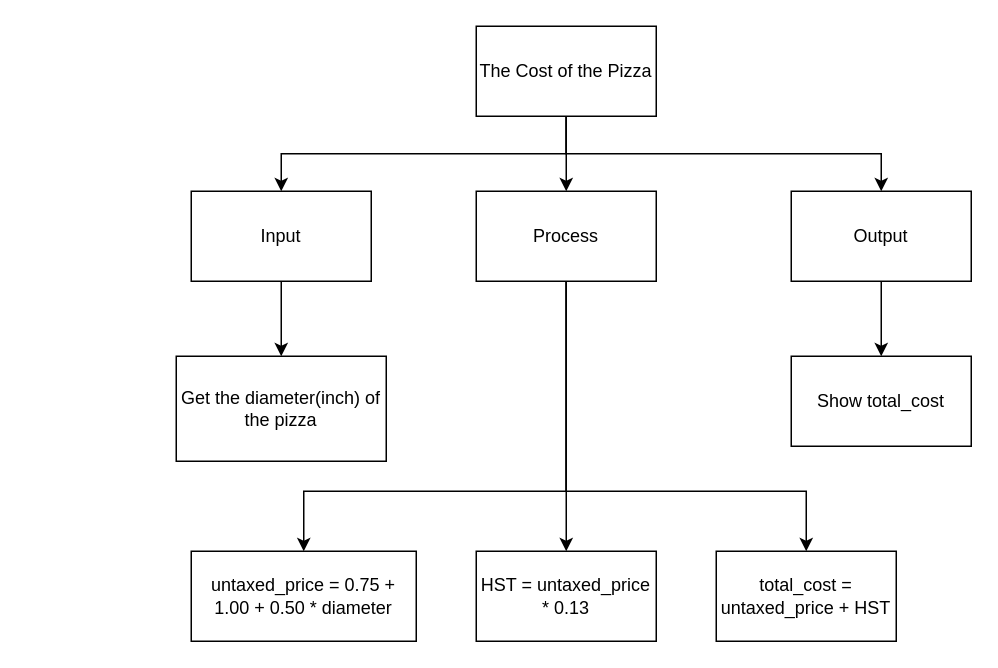
Above: design.top-down.drawio in Yiyun-Qin/ICS3U-Unit3-01-Python (draw.io), before the change. Source tidied: cells renumbered, new cells numbered last; positions are measured from the earlier drawing's top-left corner, leaving out a move shared by most shapes. Both pictures are drawn from the tidied source at 150%, with x=0, y=0 at pixel (176, 26).
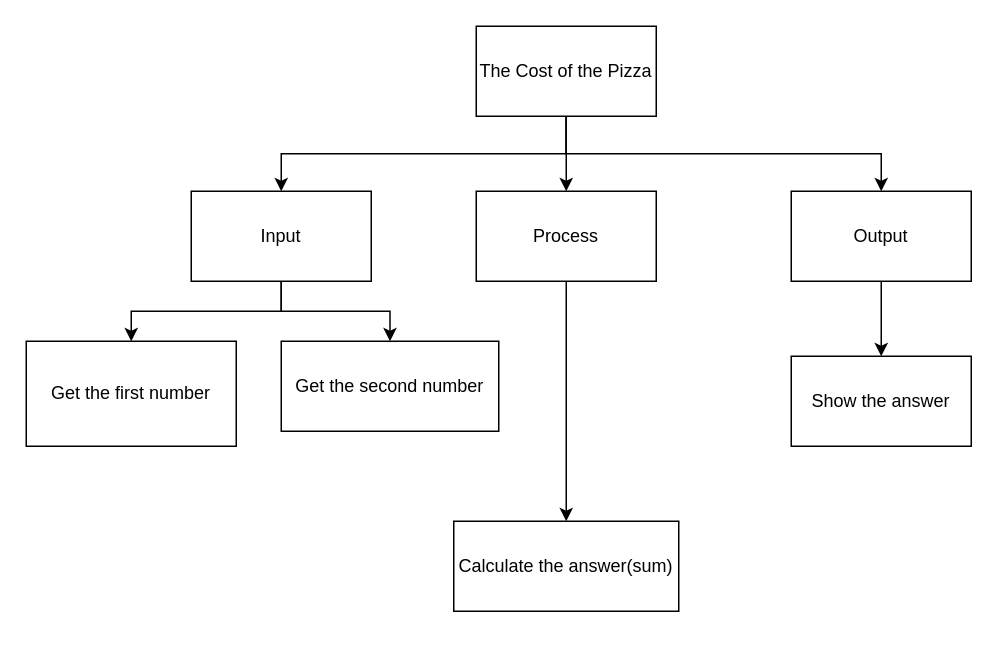
The same diagram, later.

Commit message (it also covers changes not shown here):
topdown, flowchart, pseudocode

Unchanged cells that the change refers to:
```xml
<mxCell id="7" value="Input" style="rounded=0;whiteSpace=wrap;html=1;" parent="1" vertex="1">
  <mxGeometry x="10" y="110" width="120" height="60" as="geometry" />
</mxCell>
<mxCell id="11" value="Process" style="rounded=0;whiteSpace=wrap;html=1;" parent="1" vertex="1">
  <mxGeometry x="200" y="110" width="120" height="60" as="geometry" />
</mxCell>
```

What changed in the source:
```diff
@@
+    <mxCell id="19" style="edgeStyle=orthogonalEdgeStyle;html=1;exitX=0.5;exitY=1;exitDx=0;exitDy=0;entryX=0.5;entryY=0;entryDx=0;entryDy=0;rounded=0;" parent="1" edge="1" source="7" target="20">
+      <mxGeometry relative="1" as="geometry" />
+    </mxCell>
@@
-    <mxCell id="9" style="edgeStyle=orthogonalEdgeStyle;rounded=0;html=1;exitX=0.5;exitY=1;exitDx=0;exitDy=0;entryX=0.5;entryY=0;entryDx=0;entryDy=0;" parent="1" edge="1" source="11" target="15">
-      <mxGeometry relative="1" as="geometry">
-        <Array as="points">
-          <mxPoint x="260" y="310" />
-          <mxPoint x="85" y="310" />
-        </Array>
-      </mxGeometry>
-    </mxCell>
-    <mxCell id="10" style="edgeStyle=orthogonalEdgeStyle;rounded=0;html=1;exitX=0.5;exitY=1;exitDx=0;exitDy=0;entryX=0.5;entryY=0;entryDx=0;entryDy=0;" parent="1" edge="1" source="11" target="17">
-      <mxGeometry relative="1" as="geometry">
-        <Array as="points">
-          <mxPoint x="260" y="310" />
-          <mxPoint x="420" y="310" />
-        </Array>
-      </mxGeometry>
-    </mxCell>
@@
-    <mxCell id="14" value="Get the diameter(inch) of the pizza" style="rounded=0;whiteSpace=wrap;html=1;" parent="1" vertex="1">
-      <mxGeometry y="220" width="140" height="70" as="geometry" />
+    <mxCell id="14" value="Get the first number" style="rounded=0;whiteSpace=wrap;html=1;" parent="1" vertex="1">
+      <mxGeometry x="-100" y="210" width="140" height="70" as="geometry" />
     </mxCell>
-    <mxCell id="15" value="untaxed_price = 0.75 + 1.00 + 0.50 * diameter" style="rounded=0;whiteSpace=wrap;html=1;" parent="1" vertex="1">
-      <mxGeometry x="10" y="350" width="150" height="60" as="geometry" />
-    </mxCell>
-    <mxCell id="16" value="HST = untaxed_price * 0.13" style="rounded=0;whiteSpace=wrap;html=1;" parent="1" vertex="1">
-      <mxGeometry x="200" y="350" width="120" height="60" as="geometry" />
+    <mxCell id="16" value="Calculate the answer(sum)" style="rounded=0;whiteSpace=wrap;html=1;" parent="1" vertex="1">
+      <mxGeometry x="185" y="330" width="150" height="60" as="geometry" />
     </mxCell>
-    <mxCell id="17" value="total_cost = untaxed_price + HST" style="rounded=0;whiteSpace=wrap;html=1;" parent="1" vertex="1">
-      <mxGeometry x="360" y="350" width="120" height="60" as="geometry" />
-    </mxCell>
-    <mxCell id="18" value="Show total_cost" style="rounded=0;whiteSpace=wrap;html=1;" parent="1" vertex="1">
+    <mxCell id="18" value="Show the answer" style="rounded=0;whiteSpace=wrap;html=1;" parent="1" vertex="1">
       <mxGeometry x="410" y="220" width="120" height="60" as="geometry" />
     </mxCell>
+    <mxCell id="20" value="Get the second number" style="rounded=0;whiteSpace=wrap;html=1;" parent="1" vertex="1">
+      <mxGeometry x="70" y="210" width="145" height="60" as="geometry" />
+    </mxCell>
```
